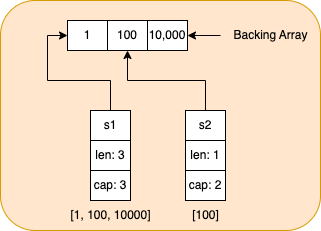
This is slices/images/slice-append-1.png from songx23/golang-present, a draw.io export, as it was before one commit. Source tidied: cells renumbered, new cells last; positions are measured from the earlier drawing's top-left corner, leaving out a move shared by most shapes.
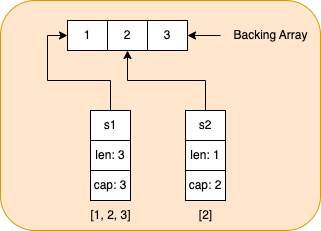
After the commit.

Change to the diagram source:
```diff
@@ -8,10 +8,10 @@
     <mxCell id="3" value="1" style="rounded=0;whiteSpace=wrap;html=1;" parent="1" vertex="1">
       <mxGeometry x="67" y="20" width="40" height="30" as="geometry" />
     </mxCell>
-    <mxCell id="4" value="100" style="rounded=0;whiteSpace=wrap;html=1;" parent="1" vertex="1">
+    <mxCell id="4" value="2" style="rounded=0;whiteSpace=wrap;html=1;" parent="1" vertex="1">
       <mxGeometry x="107" y="20" width="40" height="30" as="geometry" />
     </mxCell>
-    <mxCell id="5" value="10,000" style="rounded=0;whiteSpace=wrap;html=1;" parent="1" vertex="1">
+    <mxCell id="5" value="3" style="rounded=0;whiteSpace=wrap;html=1;" parent="1" vertex="1">
       <mxGeometry x="147" y="20" width="40" height="30" as="geometry" />
     </mxCell>
     <mxCell id="6" style="edgeStyle=orthogonalEdgeStyle;rounded=0;jettySize=auto;html=1;entryX=1;entryY=0.5;entryDx=0;entryDy=0;" parent="1" edge="1" source="7" target="5">
@@ -44,11 +44,11 @@
     <mxCell id="15" value="cap: 2" style="rounded=0;whiteSpace=wrap;html=1;" parent="1" vertex="1">
       <mxGeometry x="185" y="170" width="40" height="30" as="geometry" />
     </mxCell>
-    <mxCell id="16" value="[1, 100, 10000]" style="text;html=1;align=center;verticalAlign=middle;strokeColor=none;fillColor=none;" parent="1" vertex="1">
-      <mxGeometry x="60" y="200" width="100" height="30" as="geometry" />
+    <mxCell id="16" value="[1, 2, 3]" style="text;html=1;align=center;verticalAlign=middle;strokeColor=none;fillColor=none;" parent="1" vertex="1">
+      <mxGeometry x="80" y="200" width="60" height="30" as="geometry" />
     </mxCell>
-    <mxCell id="17" value="[100]" style="text;html=1;align=center;verticalAlign=middle;strokeColor=none;fillColor=none;" parent="1" vertex="1">
-      <mxGeometry x="180" y="200" width="50" height="30" as="geometry" />
+    <mxCell id="17" value="[2]" style="text;html=1;align=center;verticalAlign=middle;strokeColor=none;fillColor=none;" parent="1" vertex="1">
+      <mxGeometry x="185" y="200" width="40" height="30" as="geometry" />
     </mxCell>
   </root>
 </mxGraphModel>
```
